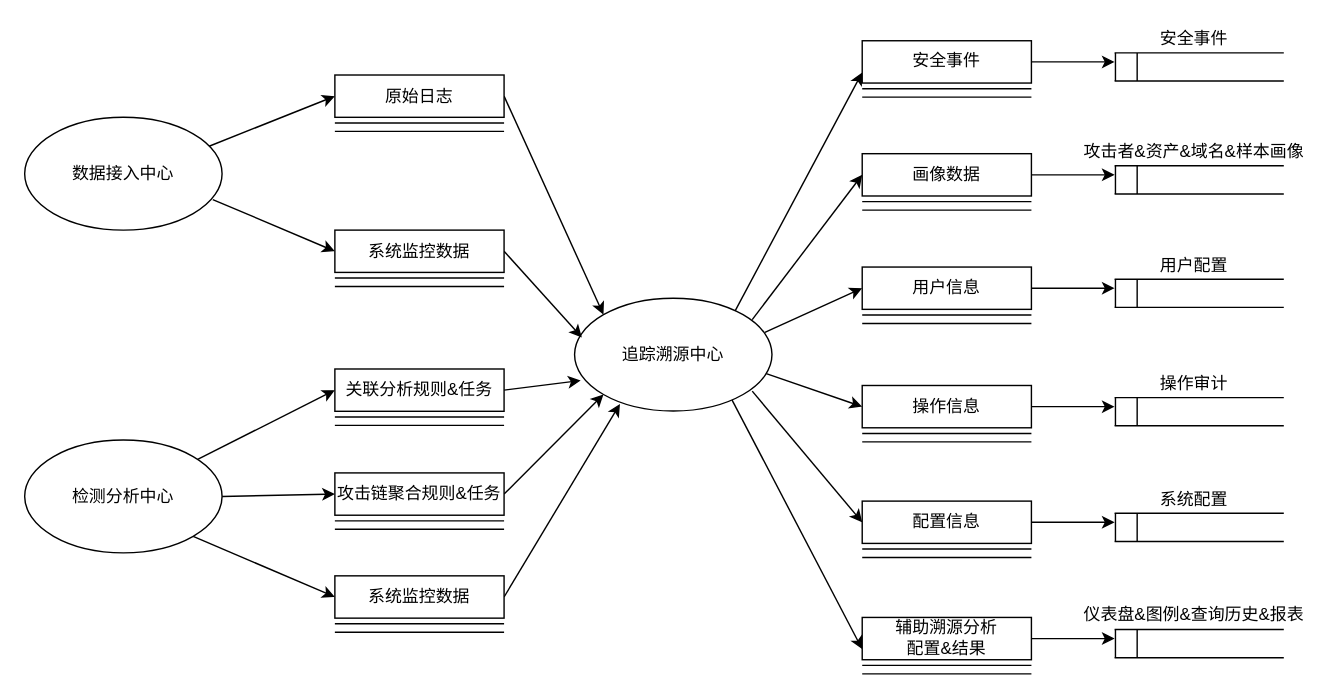
The draw.io diagram 软件概要设计-追踪溯源中心-数据流图.drawio in popvlovs/popvlovs-repository, before the edit. Source tidied: cells renumbered, new cells numbered last; positions are measured from the earlier drawing's top-left corner, leaving out a move shared by most shapes. Both pictures are drawn from the tidied source at 141%, with x=0, y=0 at pixel (24, 24).
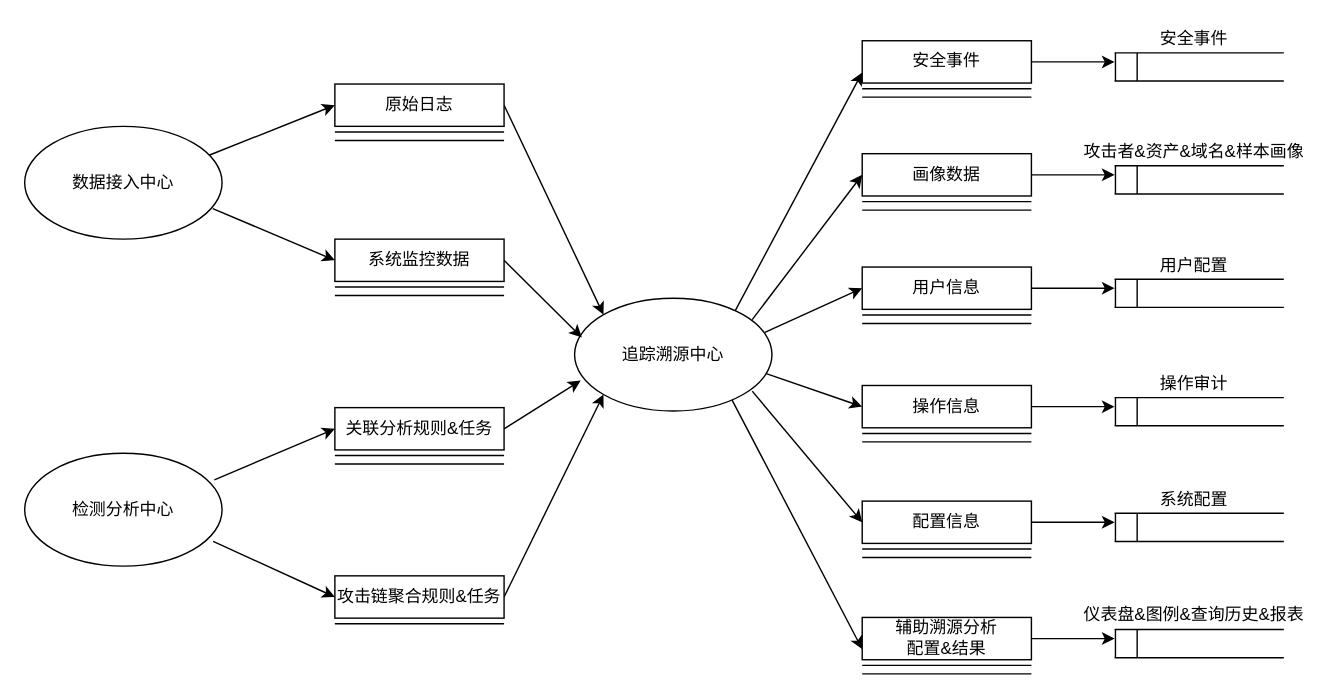
After the change.

Commit message (it also covers changes not shown here):
Update 软件概要设计-追踪溯源中心-数据流图.drawio

Unchanged cells that the change refers to:
```xml
<mxCell id="8" value="追踪溯源中心" style="ellipse;whiteSpace=wrap;html=1;" parent="1" vertex="1">
  <mxGeometry x="390" y="194" width="140" height="80" as="geometry" />
</mxCell>
```

Change to the diagram source:
```diff
@@
     <mxCell id="11" value="数据接入中心" style="ellipse;whiteSpace=wrap;html=1;" parent="1" vertex="1">
-      <mxGeometry y="65.7" width="140" height="80" as="geometry" />
+      <mxGeometry y="72.1" width="140" height="80" as="geometry" />
     </mxCell>
@@
     <mxCell id="13" value="原始日志" style="rounded=0;whiteSpace=wrap;html=1;" parent="1" vertex="1">
-      <mxGeometry x="220" y="35.7" width="120" height="30" as="geometry" />
+      <mxGeometry x="220" y="42.1" width="120" height="30" as="geometry" />
     </mxCell>
     <mxCell id="14" style="endArrow=none;html=1;rounded=0;" parent="1" edge="1">
       <mxGeometry relative="1" as="geometry">
-        <mxPoint x="220" y="69.7" as="sourcePoint" />
-        <mxPoint x="340" y="69.7" as="targetPoint" />
+        <mxPoint x="220" y="76.1" as="sourcePoint" />
+        <mxPoint x="340" y="76.1" as="targetPoint" />
       </mxGeometry>
     </mxCell>
     <mxCell id="15" style="endArrow=none;html=1;rounded=0;" parent="1" edge="1">
       <mxGeometry relative="1" as="geometry">
-        <mxPoint x="220" y="75.7" as="sourcePoint" />
-        <mxPoint x="340" y="75.7" as="targetPoint" />
+        <mxPoint x="220" y="82.1" as="sourcePoint" />
+        <mxPoint x="340" y="82.1" as="targetPoint" />
       </mxGeometry>
     </mxCell>
@@
-    <mxCell id="56" style="edgeStyle=none;rounded=0;jettySize=auto;html=1;entryX=0;entryY=0.5;entryDx=0;entryDy=0;" parent="1" edge="1" source="59" target="61">
+    <mxCell id="56" style="edgeStyle=none;rounded=0;jettySize=auto;html=1;entryX=0;entryY=0.5;entryDx=0;entryDy=0;exitX=0.961;exitY=0.235;exitDx=0;exitDy=0;exitPerimeter=0;" parent="1" edge="1" source="59" target="61">
       <mxGeometry relative="1" as="geometry" />
     </mxCell>
-    <mxCell id="57" style="edgeStyle=none;rounded=0;jettySize=auto;html=1;exitX=1;exitY=0.5;exitDx=0;exitDy=0;entryX=0;entryY=0.5;entryDx=0;entryDy=0;" parent="1" edge="1" source="59" target="65">
+    <mxCell id="57" style="edgeStyle=none;rounded=0;jettySize=auto;html=1;exitX=0.955;exitY=0.781;exitDx=0;exitDy=0;entryX=0;entryY=0.5;entryDx=0;entryDy=0;exitPerimeter=0;" parent="1" edge="1" source="59" target="65">
       <mxGeometry relative="1" as="geometry" />
     </mxCell>
-    <mxCell id="58" style="edgeStyle=none;rounded=0;jettySize=auto;html=1;exitX=1;exitY=1;exitDx=0;exitDy=0;entryX=0;entryY=0.5;entryDx=0;entryDy=0;" parent="1" edge="1" source="59" target="73">
-      <mxGeometry relative="1" as="geometry" />
-    </mxCell>
     <mxCell id="59" value="检测分析中心" style="ellipse;whiteSpace=wrap;html=1;" parent="1" vertex="1">
-      <mxGeometry y="294.6" width="140" height="80" as="geometry" />
+      <mxGeometry y="304" width="140" height="80" as="geometry" />
     </mxCell>
@@
     <mxCell id="61" value="关联分析规则&amp;amp;任务" style="rounded=0;whiteSpace=wrap;html=1;" parent="1" vertex="1">
-      <mxGeometry x="220" y="244.2" width="120" height="30" as="geometry" />
+      <mxGeometry x="220" y="271.6" width="120" height="30" as="geometry" />
     </mxCell>
     <mxCell id="62" style="endArrow=none;html=1;rounded=0;" parent="1" edge="1">
       <mxGeometry relative="1" as="geometry">
-        <mxPoint x="220" y="278.2" as="sourcePoint" />
-        <mxPoint x="340" y="278.2" as="targetPoint" />
+        <mxPoint x="220" y="305.6" as="sourcePoint" />
+        <mxPoint x="340" y="305.6" as="targetPoint" />
       </mxGeometry>
     </mxCell>
     <mxCell id="63" style="endArrow=none;html=1;rounded=0;" parent="1" edge="1">
       <mxGeometry relative="1" as="geometry">
-        <mxPoint x="220" y="284.2" as="sourcePoint" />
-        <mxPoint x="340" y="284.2" as="targetPoint" />
+        <mxPoint x="220" y="311.6" as="sourcePoint" />
+        <mxPoint x="340" y="311.6" as="targetPoint" />
       </mxGeometry>
     </mxCell>
@@
     <mxCell id="65" value="攻击链聚合规则&amp;amp;任务" style="rounded=0;whiteSpace=wrap;html=1;" parent="1" vertex="1">
-      <mxGeometry x="220" y="317.9" width="120" height="30" as="geometry" />
+      <mxGeometry x="220" y="390.9" width="120" height="30" as="geometry" />
     </mxCell>
     <mxCell id="66" style="endArrow=none;html=1;rounded=0;" parent="1" edge="1">
       <mxGeometry relative="1" as="geometry">
-        <mxPoint x="220" y="351.9" as="sourcePoint" />
-        <mxPoint x="340" y="351.9" as="targetPoint" />
+        <mxPoint x="220" y="424.9" as="sourcePoint" />
+        <mxPoint x="340" y="424.9" as="targetPoint" />
       </mxGeometry>
     </mxCell>
-    <mxCell id="67" style="endArrow=none;html=1;rounded=0;" parent="1" edge="1">
-      <mxGeometry relative="1" as="geometry">
-        <mxPoint x="220" y="357.9" as="sourcePoint" />
-        <mxPoint x="340" y="357.9" as="targetPoint" />
-      </mxGeometry>
-    </mxCell>
@@
     <mxCell id="69" value="系统监控数据" style="rounded=0;whiteSpace=wrap;html=1;" parent="1" vertex="1">
-      <mxGeometry x="220" y="145.7" width="120" height="30" as="geometry" />
+      <mxGeometry x="220" y="152.1" width="120" height="30" as="geometry" />
     </mxCell>
     <mxCell id="70" style="endArrow=none;html=1;rounded=0;" parent="1" edge="1">
       <mxGeometry relative="1" as="geometry">
-        <mxPoint x="220" y="179.7" as="sourcePoint" />
-        <mxPoint x="340" y="179.7" as="targetPoint" />
+        <mxPoint x="220" y="186.1" as="sourcePoint" />
+        <mxPoint x="340" y="186.1" as="targetPoint" />
       </mxGeometry>
     </mxCell>
     <mxCell id="71" style="endArrow=none;html=1;rounded=0;" parent="1" edge="1">
       <mxGeometry relative="1" as="geometry">
-        <mxPoint x="220" y="185.7" as="sourcePoint" />
-        <mxPoint x="340" y="185.7" as="targetPoint" />
+        <mxPoint x="220" y="192.1" as="sourcePoint" />
+        <mxPoint x="340" y="192.1" as="targetPoint" />
       </mxGeometry>
     </mxCell>
-    <mxCell id="72" style="edgeStyle=none;rounded=0;jettySize=auto;html=1;exitX=1;exitY=0.5;exitDx=0;exitDy=0;entryX=0.23;entryY=0.937;entryDx=0;entryDy=0;entryPerimeter=0;" parent="1" edge="1" source="73" target="8">
-      <mxGeometry relative="1" as="geometry" />
-    </mxCell>
-    <mxCell id="73" value="系统监控数据" style="rounded=0;whiteSpace=wrap;html=1;" parent="1" vertex="1">
-      <mxGeometry x="220" y="390.9" width="120" height="30" as="geometry" />
-    </mxCell>
-    <mxCell id="74" style="endArrow=none;html=1;rounded=0;" parent="1" edge="1">
-      <mxGeometry relative="1" as="geometry">
-        <mxPoint x="220" y="424.9" as="sourcePoint" />
-        <mxPoint x="340" y="424.9" as="targetPoint" />
-      </mxGeometry>
-    </mxCell>
-    <mxCell id="75" style="endArrow=none;html=1;rounded=0;" parent="1" edge="1">
-      <mxGeometry relative="1" as="geometry">
-        <mxPoint x="220" y="430.9" as="sourcePoint" />
-        <mxPoint x="340" y="430.9" as="targetPoint" />
-      </mxGeometry>
-    </mxCell>
```
